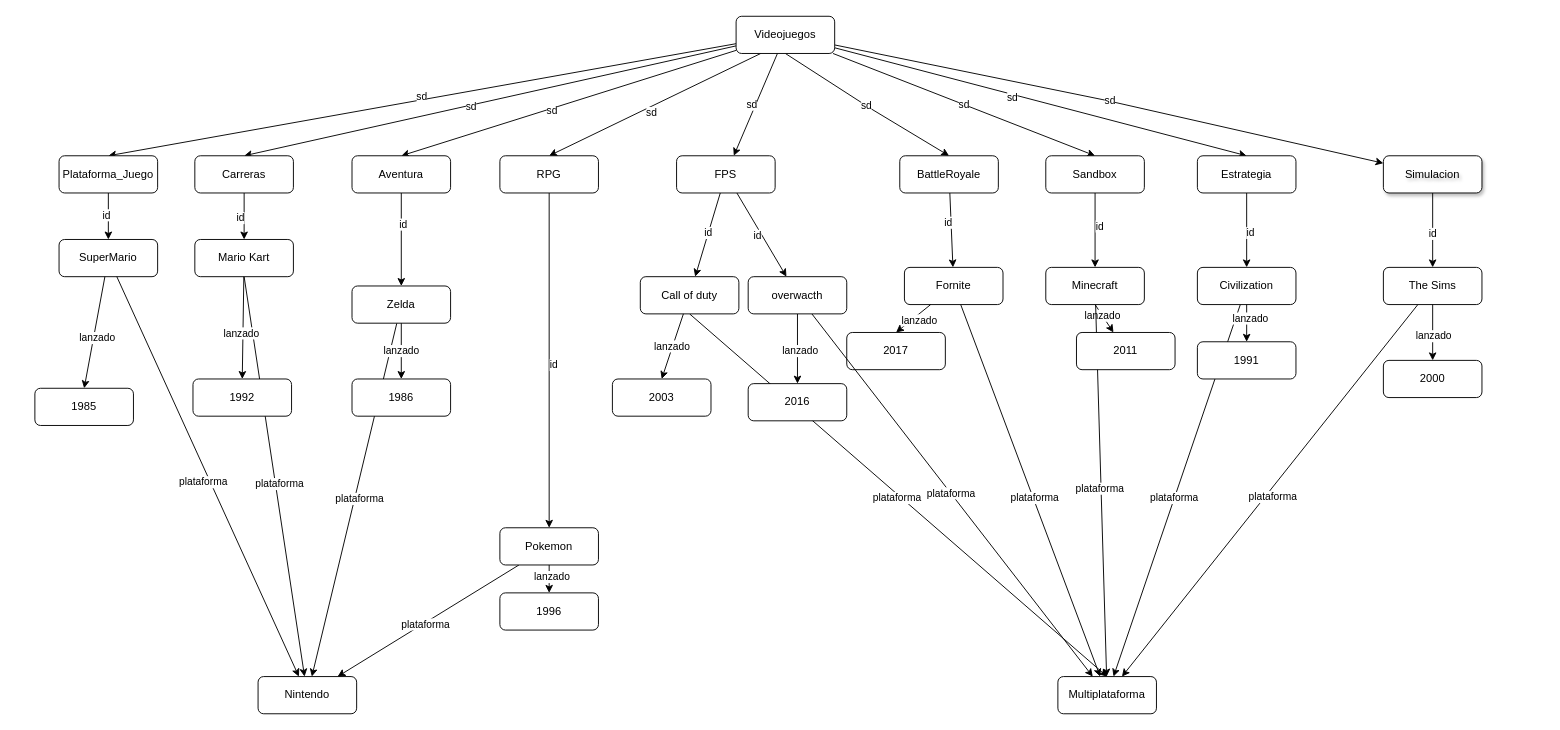
Before: Practica2/diagramabase.drawio in ErickMayorgaR/IA1_Practicas_Pareja6, a draw.io diagram. Source tidied: cells renumbered, new cells numbered last; positions are measured from the earlier drawing's top-left corner, leaving out a move shared by most shapes. Both pictures are drawn from the tidied source at 93%, with x=0, y=0 at pixel (34, 16).
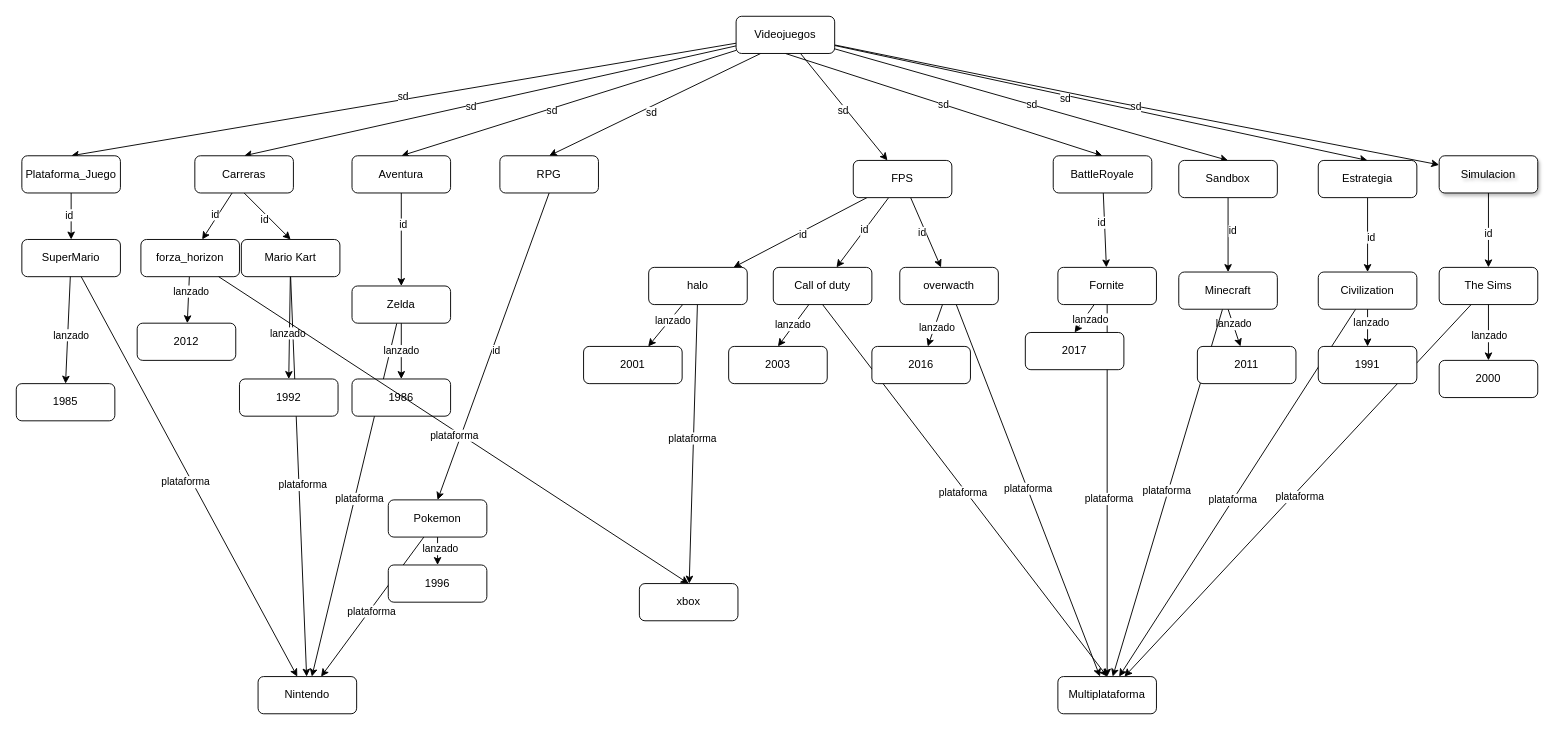
Above is the later version.

Unchanged cells that the change refers to:
```xml
<mxCell id="17" value="Videojuegos" style="rounded=1;whiteSpace=wrap;html=1;" parent="1" vertex="1">
  <mxGeometry x="754" width="106" height="40" as="geometry" />
</mxCell>
<mxCell id="23" value="Carreras" style="rounded=1;whiteSpace=wrap;html=1;" parent="1" vertex="1">
  <mxGeometry x="172" y="150" width="106" height="40" as="geometry" />
</mxCell>
```

Diff of the diagram source:
```diff
@@
     <mxCell id="13" value="sd" style="rounded=0;jettySize=auto;html=1;exitX=0.5;exitY=1;exitDx=0;exitDy=0;entryX=0.5;entryY=0;entryDx=0;entryDy=0;" parent="1" edge="1" source="17" target="32">
-      <mxGeometry relative="1" as="geometry">
-        <Array as="points">
-          <mxPoint x="900" y="100" />
-        </Array>
-      </mxGeometry>
+      <mxGeometry relative="1" as="geometry" />
     </mxCell>
@@
     <mxCell id="20" value="Plataforma_Juego" style="rounded=1;whiteSpace=wrap;html=1;" parent="1" vertex="1">
-      <mxGeometry x="26" y="150" width="106" height="40" as="geometry" />
+      <mxGeometry x="-14" y="150" width="106" height="40" as="geometry" />
     </mxCell>
@@
+    <mxCell id="109" style="rounded=0;jettySize=auto;html=1;" parent="1" edge="1" source="23" target="117">
+      <mxGeometry relative="1" as="geometry" />
+    </mxCell>
+    <mxCell id="110" value="id" style="edgeLabel;html=1;align=center;verticalAlign=middle;" parent="109" vertex="1">
+      <mxGeometry x="-0.01" y="-4" relative="1" as="geometry" />
+    </mxCell>
@@
     <mxCell id="32" value="BattleRoyale" style="rounded=1;whiteSpace=wrap;html=1;" parent="1" vertex="1">
-      <mxGeometry x="930" y="150" width="106" height="40" as="geometry" />
+      <mxGeometry x="1095" y="150" width="106" height="40" as="geometry" />
     </mxCell>
@@
     <mxCell id="35" value="Sandbox" style="rounded=1;whiteSpace=wrap;html=1;" parent="1" vertex="1">
-      <mxGeometry x="1087" y="150" width="106" height="40" as="geometry" />
+      <mxGeometry x="1230" y="155" width="106" height="40" as="geometry" />
     </mxCell>
@@
     <mxCell id="38" value="Simulacion" style="rounded=1;whiteSpace=wrap;html=1;strokeColor=default;shadow=1;textShadow=1;" parent="1" vertex="1">
-      <mxGeometry x="1450" y="150" width="106" height="40" as="geometry" />
+      <mxGeometry x="1510" y="150" width="106" height="40" as="geometry" />
     </mxCell>
@@
     <mxCell id="41" value="Estrategia" style="rounded=1;whiteSpace=wrap;html=1;" parent="1" vertex="1">
-      <mxGeometry x="1250" y="150" width="106" height="40" as="geometry" />
+      <mxGeometry x="1380" y="155" width="106" height="40" as="geometry" />
     </mxCell>
     <mxCell id="42" value="SuperMario" style="rounded=1;whiteSpace=wrap;html=1;" parent="1" vertex="1">
-      <mxGeometry x="26" y="240" width="106" height="40" as="geometry" />
+      <mxGeometry x="-14" y="240" width="106" height="40" as="geometry" />
     </mxCell>
@@
     <mxCell id="47" value="Mario Kart" style="rounded=1;whiteSpace=wrap;html=1;" parent="1" vertex="1">
-      <mxGeometry x="172" y="240" width="106" height="40" as="geometry" />
+      <mxGeometry x="222" y="240" width="106" height="40" as="geometry" />
     </mxCell>
@@
     <mxCell id="51" value="1992" style="rounded=1;whiteSpace=wrap;html=1;" parent="1" vertex="1">
-      <mxGeometry x="170" y="390" width="106" height="40" as="geometry" />
+      <mxGeometry x="220" y="390" width="106" height="40" as="geometry" />
     </mxCell>
@@
     <mxCell id="60" value="Pokemon" style="rounded=1;whiteSpace=wrap;html=1;" parent="1" vertex="1">
-      <mxGeometry x="500" y="550" width="106" height="40" as="geometry" />
+      <mxGeometry x="380" y="520" width="106" height="40" as="geometry" />
     </mxCell>
@@
     <mxCell id="63" value="1996" style="rounded=1;whiteSpace=wrap;html=1;" parent="1" vertex="1">
-      <mxGeometry x="500" y="620" width="106" height="40" as="geometry" />
+      <mxGeometry x="380" y="590" width="106" height="40" as="geometry" />
     </mxCell>
@@
     <mxCell id="66" value="Call of duty" style="rounded=1;whiteSpace=wrap;html=1;" parent="1" vertex="1">
-      <mxGeometry x="651" y="280" width="106" height="40" as="geometry" />
+      <mxGeometry x="794" y="270" width="106" height="40" as="geometry" />
     </mxCell>
@@
     <mxCell id="70" value="2003" style="rounded=1;whiteSpace=wrap;html=1;" parent="1" vertex="1">
-      <mxGeometry x="621" y="390" width="106" height="40" as="geometry" />
+      <mxGeometry x="746" y="355" width="106" height="40" as="geometry" />
     </mxCell>
@@
     <mxCell id="73" value="Fornite" style="rounded=1;whiteSpace=wrap;html=1;perimeter=rectanglePerimeter;" parent="1" vertex="1">
-      <mxGeometry x="935" y="270" width="106" height="40" as="geometry" />
+      <mxGeometry x="1100" y="270" width="106" height="40" as="geometry" />
     </mxCell>
@@
     <mxCell id="76" value="2017" style="rounded=1;whiteSpace=wrap;html=1;" parent="1" vertex="1">
-      <mxGeometry x="873" y="340" width="106" height="40" as="geometry" />
+      <mxGeometry x="1065" y="340" width="106" height="40" as="geometry" />
     </mxCell>
@@
     <mxCell id="81" value="Minecraft" style="rounded=1;whiteSpace=wrap;html=1;" parent="1" vertex="1">
-      <mxGeometry x="1087" y="270" width="106" height="40" as="geometry" />
+      <mxGeometry x="1230" y="275" width="106" height="40" as="geometry" />
     </mxCell>
     <mxCell id="82" value="2011" style="rounded=1;whiteSpace=wrap;html=1;" parent="1" vertex="1">
-      <mxGeometry x="1120" y="340" width="106" height="40" as="geometry" />
+      <mxGeometry x="1250" y="355" width="106" height="40" as="geometry" />
     </mxCell>
@@
     <mxCell id="85" value="The Sims" style="rounded=1;whiteSpace=wrap;html=1;" parent="1" vertex="1">
-      <mxGeometry x="1450" y="270" width="106" height="40" as="geometry" />
+      <mxGeometry x="1510" y="270" width="106" height="40" as="geometry" />
     </mxCell>
@@
     <mxCell id="88" value="2000" style="rounded=1;whiteSpace=wrap;html=1;" parent="1" vertex="1">
-      <mxGeometry x="1450" y="370" width="106" height="40" as="geometry" />
+      <mxGeometry x="1510" y="370" width="106" height="40" as="geometry" />
     </mxCell>
@@
     <mxCell id="91" value="Civilization" style="rounded=1;whiteSpace=wrap;html=1;" parent="1" vertex="1">
-      <mxGeometry x="1250" y="270" width="106" height="40" as="geometry" />
+      <mxGeometry x="1380" y="275" width="106" height="40" as="geometry" />
     </mxCell>
@@
     <mxCell id="94" value="1991" style="rounded=1;whiteSpace=wrap;html=1;" parent="1" vertex="1">
-      <mxGeometry x="1250" y="350" width="106" height="40" as="geometry" />
+      <mxGeometry x="1380" y="355" width="106" height="40" as="geometry" />
     </mxCell>
@@
+    <mxCell id="111" style="rounded=0;jettySize=auto;html=1;" parent="1" edge="1" source="99" target="122">
+      <mxGeometry relative="1" as="geometry" />
+    </mxCell>
+    <mxCell id="112" value="id" style="edgeLabel;html=1;align=center;verticalAlign=middle;" parent="111" vertex="1">
+      <mxGeometry x="-0.01" y="3" relative="1" as="geometry" />
+    </mxCell>
     <mxCell id="99" value="FPS" style="rounded=1;whiteSpace=wrap;html=1;" parent="1" vertex="1">
-      <mxGeometry x="690" y="150" width="106" height="40" as="geometry" />
+      <mxGeometry x="880" y="155" width="106" height="40" as="geometry" />
     </mxCell>
@@
     <mxCell id="104" value="overwacth" style="rounded=1;whiteSpace=wrap;html=1;" parent="1" vertex="1">
-      <mxGeometry x="767" y="280" width="106" height="40" as="geometry" />
+      <mxGeometry x="930" y="270" width="106" height="40" as="geometry" />
     </mxCell>
@@
     <mxCell id="107" value="1985" style="rounded=1;whiteSpace=wrap;html=1;" parent="1" vertex="1">
-      <mxGeometry y="400" width="106" height="40" as="geometry" />
+      <mxGeometry x="-20" y="395" width="106" height="40" as="geometry" />
     </mxCell>
     <mxCell id="108" value="2016" style="rounded=1;whiteSpace=wrap;html=1;" parent="1" vertex="1">
-      <mxGeometry x="767" y="395" width="106" height="40" as="geometry" />
+      <mxGeometry x="900" y="355" width="106" height="40" as="geometry" />
     </mxCell>
+    <mxCell id="113" value="2001" style="rounded=1;whiteSpace=wrap;html=1;" parent="1" vertex="1">
+      <mxGeometry x="590" y="355" width="106" height="40" as="geometry" />
+    </mxCell>
+    <mxCell id="114" value="2012" style="rounded=1;whiteSpace=wrap;html=1;" parent="1" vertex="1">
+      <mxGeometry x="110" y="330" width="106" height="40" as="geometry" />
+    </mxCell>
+    <mxCell id="115" style="rounded=0;jettySize=auto;html=1;" parent="1" edge="1" source="117" target="114">
+      <mxGeometry relative="1" as="geometry" />
+    </mxCell>
+    <mxCell id="116" value="lanzado" style="edgeLabel;html=1;align=center;verticalAlign=middle;" parent="115" vertex="1">
+      <mxGeometry x="-0.42" y="2" relative="1" as="geometry" />
+    </mxCell>
+    <mxCell id="117" value="forza_horizon" style="rounded=1;whiteSpace=wrap;html=1;" parent="1" vertex="1">
+      <mxGeometry x="114" y="240" width="106" height="40" as="geometry" />
+    </mxCell>
+    <mxCell id="118" style="rounded=0;jettySize=auto;html=1;" parent="1" edge="1" source="122" target="123">
+      <mxGeometry relative="1" as="geometry" />
+    </mxCell>
+    <mxCell id="119" value="plataforma" style="edgeLabel;html=1;align=center;verticalAlign=middle;" parent="118" vertex="1">
+      <mxGeometry x="-0.04" y="-2" relative="1" as="geometry" />
+    </mxCell>
+    <mxCell id="120" style="rounded=0;jettySize=auto;html=1;" parent="1" edge="1" source="122" target="113">
+      <mxGeometry relative="1" as="geometry" />
+    </mxCell>
+    <mxCell id="121" value="lanzado" style="edgeLabel;html=1;align=center;verticalAlign=middle;" parent="120" vertex="1">
+      <mxGeometry x="-0.32" y="2" relative="1" as="geometry" />
+    </mxCell>
+    <mxCell id="122" value="halo" style="rounded=1;whiteSpace=wrap;html=1;" parent="1" vertex="1">
+      <mxGeometry x="660" y="270" width="106" height="40" as="geometry" />
+    </mxCell>
+    <mxCell id="123" value="xbox" style="rounded=1;whiteSpace=wrap;html=1;" parent="1" vertex="1">
+      <mxGeometry x="650" y="610" width="106" height="40" as="geometry" />
+    </mxCell>
+    <mxCell id="124" style="rounded=0;jettySize=auto;html=1;entryX=0.5;entryY=0;entryDx=0;entryDy=0;" parent="1" edge="1" source="117" target="123">
+      <mxGeometry relative="1" as="geometry" />
+    </mxCell>
+    <mxCell id="125" value="plataforma" style="edgeLabel;html=1;align=center;verticalAlign=middle;" parent="124" vertex="1">
+      <mxGeometry x="0.01" y="-4" relative="1" as="geometry" />
+    </mxCell>
```
